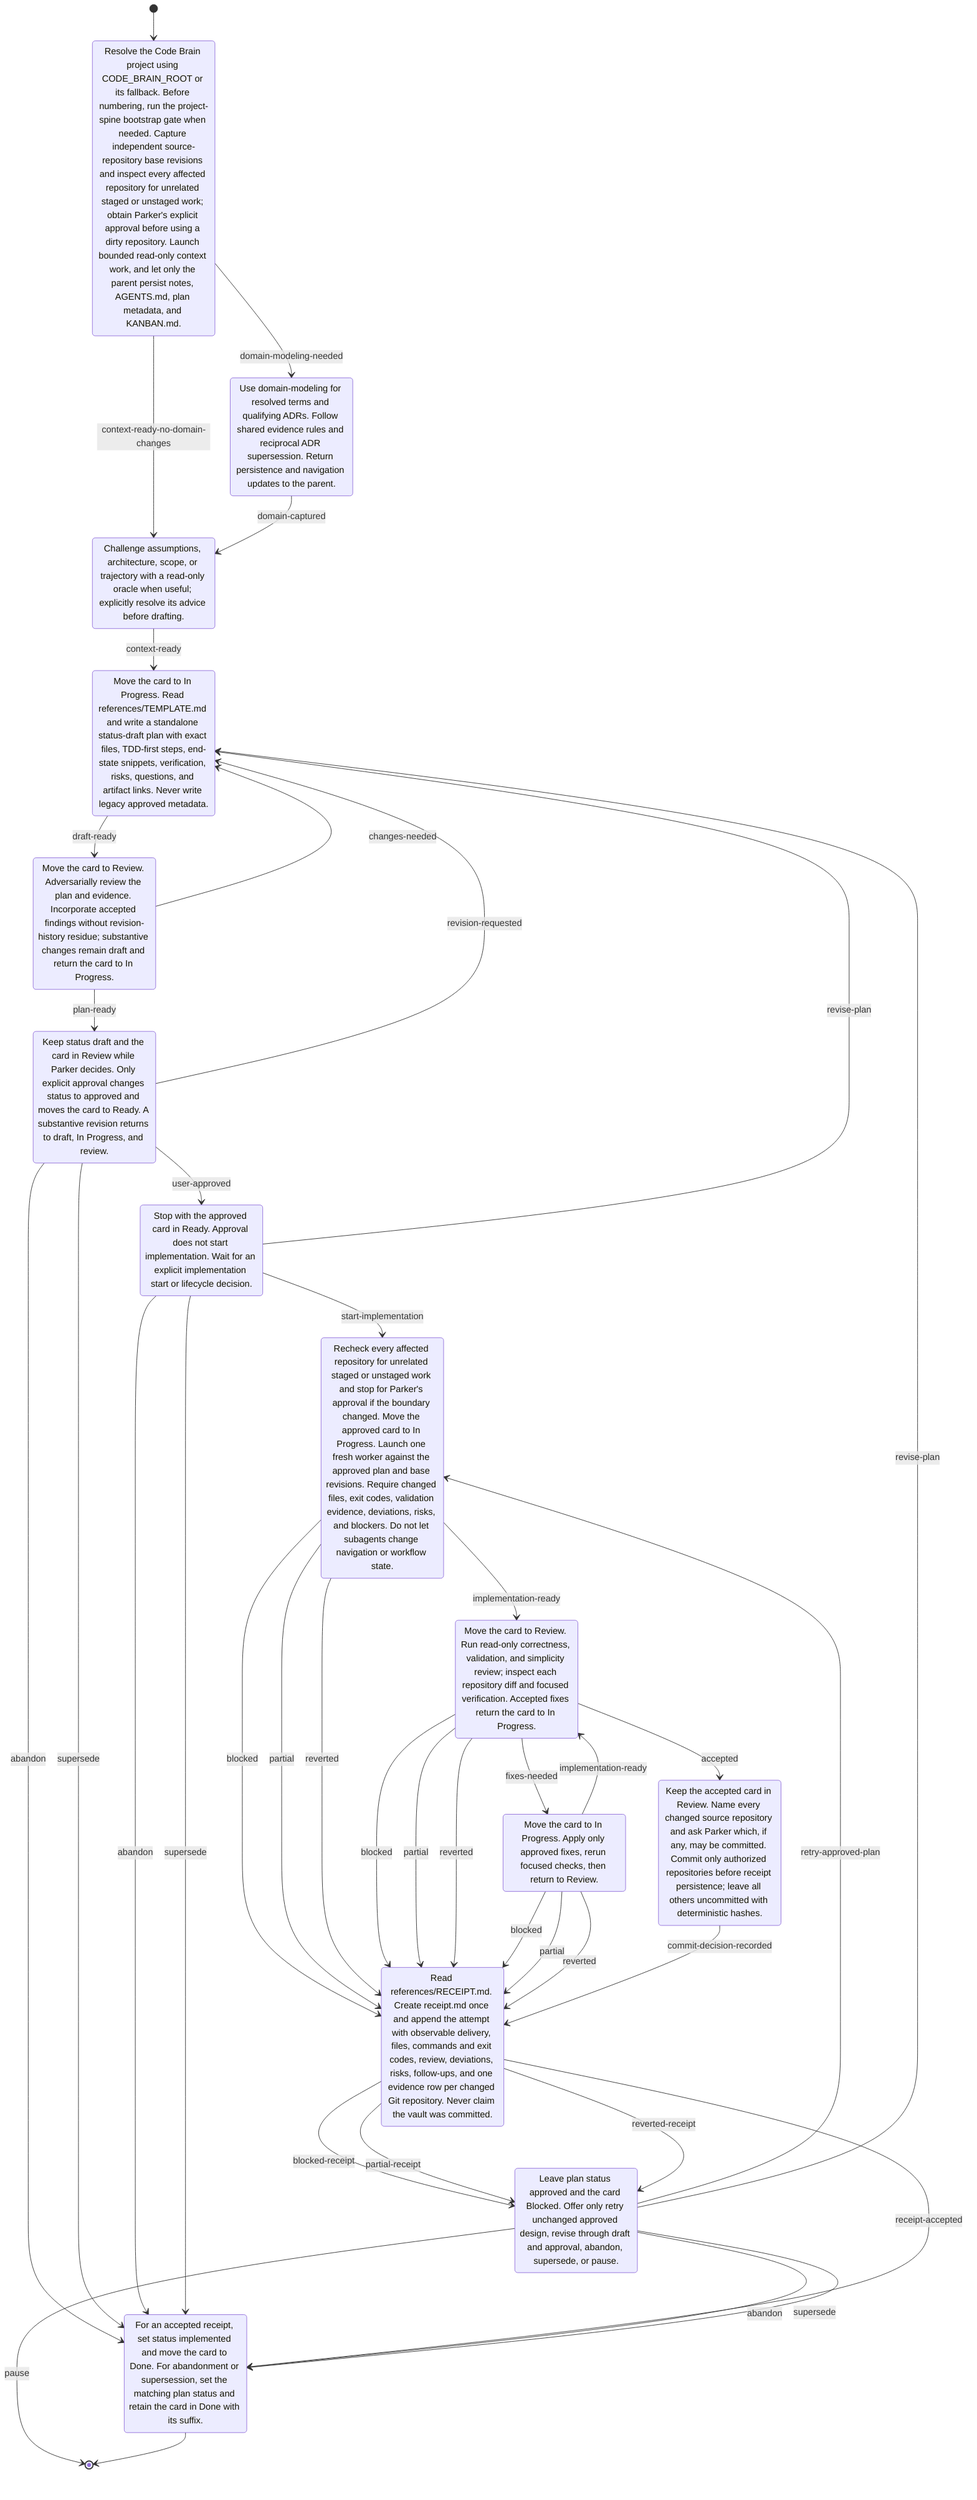
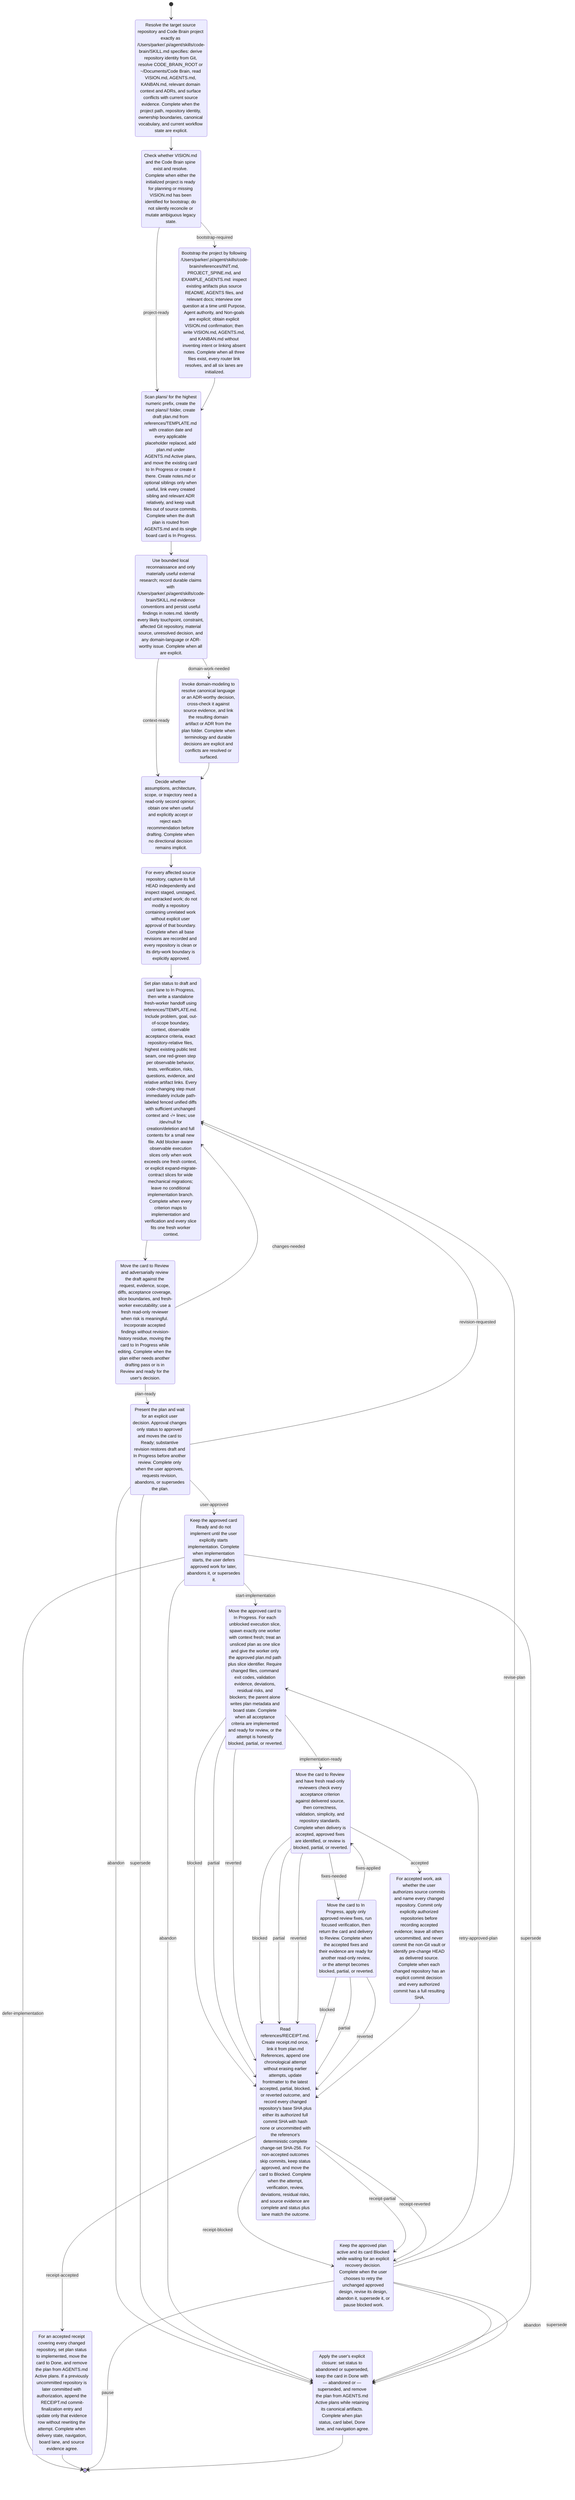
stateDiagram-v2
-   [*] --> build_context
+   [*] --> resolve_project

-   state "Resolve the Code Brain project using CODE_BRAIN_ROOT or its fallback. Before numbering, run the project-spine bootstrap gate when needed. Capture independent source-repository base revisions and inspect every affected repository for unrelated staged or unstaged work; obtain Parker's explicit approval before using a dirty repository. Launch bounded read-only context work, and let only the parent persist notes, AGENTS.md, plan metadata, and KANBAN.md." as build_context
-   build_context --> capture_domain: domain-modeling-needed
-   build_context --> challenge_direction: context-ready-no-domain-changes
+   state "Resolve the target source repository and Code Brain project exactly as /Users/parker/.pi/agent/skills/code-brain/SKILL.md specifies: derive repository identity from Git, resolve CODE_BRAIN_ROOT or ~/Documents/Code Brain, read VISION.md, AGENTS.md, KANBAN.md, relevant domain context and ADRs, and surface conflicts with current source evidence. Complete when the project path, repository identity, ownership boundaries, canonical vocabulary, and current workflow state are explicit." as resolve_project
+   resolve_project --> bootstrap_gate

-   state "Use domain-modeling for resolved terms and qualifying ADRs. Follow shared evidence rules and reciprocal ADR supersession. Return persistence and navigation updates to the parent." as capture_domain
-   capture_domain --> challenge_direction: domain-captured
+   state "Check whether VISION.md and the Code Brain spine exist and resolve. Complete when either the initialized project is ready for planning or missing VISION.md has been identified for bootstrap; do not silently reconcile or mutate ambiguous legacy state." as bootstrap_gate
+   bootstrap_gate --> prepare_plan: project-ready
+   bootstrap_gate --> bootstrap_project: bootstrap-required

-   state "Challenge assumptions, architecture, scope, or trajectory with a read-only oracle when useful; explicitly resolve its advice before drafting." as challenge_direction
-   challenge_direction --> draft_plan: context-ready
+   state "Bootstrap the project by following /Users/parker/.pi/agent/skills/code-brain/references/INIT.md, PROJECT_SPINE.md, and EXAMPLE_AGENTS.md: inspect existing artifacts plus source README, AGENTS files, and relevant docs; interview one question at a time until Purpose, Agent authority, and Non-goals are explicit; obtain explicit VISION.md confirmation; then write VISION.md, AGENTS.md, and KANBAN.md without inventing intent or linking absent notes. Complete when all three files exist, every router link resolves, and all six lanes are initialized." as bootstrap_project
+   bootstrap_project --> prepare_plan

-   state "Move the card to In Progress. Read references/TEMPLATE.md and write a standalone status-draft plan with exact files, TDD-first steps, end-state snippets, verification, risks, questions, and artifact links. Never write legacy approved metadata." as draft_plan
-   draft_plan --> review_plan: draft-ready
+   state "Scan plans/ for the highest numeric prefix, create the next plans/<NNN_TOPIC>/ folder, create draft plan.md from references/TEMPLATE.md with creation date and every applicable placeholder replaced, add plan.md under AGENTS.md Active plans, and move the existing card to In Progress or create it there. Create notes.md or optional siblings only when useful, link every created sibling and relevant ADR relatively, and keep vault files out of source commits. Complete when the draft plan is routed from AGENTS.md and its single board card is In Progress." as prepare_plan
+   prepare_plan --> build_context

-   state "Move the card to Review. Adversarially review the plan and evidence. Incorporate accepted findings without revision-history residue; substantive changes remain draft and return the card to In Progress." as review_plan
+   state "Use bounded local reconnaissance and only materially useful external research; record durable claims with /Users/parker/.pi/agent/skills/code-brain/SKILL.md evidence conventions and persist useful findings in notes.md. Identify every likely touchpoint, constraint, affected Git repository, material source, unresolved decision, and any domain-language or ADR-worthy issue. Complete when all are explicit." as build_context
+   build_context --> capture_domain: domain-work-needed
+   build_context --> challenge_direction: context-ready
+ 
+   state "Invoke domain-modeling to resolve canonical language or an ADR-worthy decision, cross-check it against source evidence, and link the resulting domain artifact or ADR from the plan folder. Complete when terminology and durable decisions are explicit and conflicts are resolved or surfaced." as capture_domain
+   capture_domain --> challenge_direction
+ 
+   state "Decide whether assumptions, architecture, scope, or trajectory need a read-only second opinion; obtain one when useful and explicitly accept or reject each recommendation before drafting. Complete when no directional decision remains implicit." as challenge_direction
+   challenge_direction --> capture_baselines
+ 
+   state "For every affected source repository, capture its full HEAD independently and inspect staged, unstaged, and untracked work; do not modify a repository containing unrelated work without explicit user approval of that boundary. Complete when all base revisions are recorded and every repository is clean or its dirty-work boundary is explicitly approved." as capture_baselines
+   capture_baselines --> draft_plan
+ 
+   state "Set plan status to draft and card lane to In Progress, then write a standalone fresh-worker handoff using references/TEMPLATE.md. Include problem, goal, out-of-scope boundary, context, observable acceptance criteria, exact repository-relative files, highest existing public test seam, one red-green step per observable behavior, tests, verification, risks, questions, evidence, and relative artifact links. Every code-changing step must immediately include path-labeled fenced unified diffs with sufficient unchanged context and -/+ lines; use /dev/null for creation/deletion and full contents for a small new file. Add blocker-aware observable execution slices only when work exceeds one fresh context, or explicit expand-migrate-contract slices for wide mechanical migrations; leave no conditional implementation branch. Complete when every criterion maps to implementation and verification and every slice fits one fresh worker context." as draft_plan
+   draft_plan --> review_plan
+ 
+   state "Move the card to Review and adversarially review the draft against the request, evidence, scope, diffs, acceptance coverage, slice boundaries, and fresh-worker executability; use a fresh read-only reviewer when risk is meaningful. Incorporate accepted findings without revision-history residue, moving the card to In Progress while editing. Complete when the plan either needs another drafting pass or is in Review and ready for the user's decision." as review_plan
  review_plan --> draft_plan: changes-needed
  review_plan --> approval_gate: plan-ready

-   state "Keep status draft and the card in Review while Parker decides. Only explicit approval changes status to approved and moves the card to Ready. A substantive revision returns to draft, In Progress, and review." as approval_gate
+   state "Present the plan and wait for an explicit user decision. Approval changes only status to approved and moves the card to Ready; substantive revision restores draft and In Progress before another review. Complete only when the user approves, requests revision, abandons, or supersedes the plan." as approval_gate
  approval_gate --> approved_ready: user-approved
  approval_gate --> draft_plan: revision-requested
-   approval_gate --> done: abandon
-   approval_gate --> done: supersede
+   approval_gate --> close_plan: abandon
+   approval_gate --> close_plan: supersede

-   state "Stop with the approved card in Ready. Approval does not start implementation. Wait for an explicit implementation start or lifecycle decision." as approved_ready
+   state "Keep the approved card Ready and do not implement until the user explicitly starts implementation. Complete when implementation starts, the user defers approved work for later, abandons it, or supersedes it." as approved_ready
  approved_ready --> implement: start-implementation
-   approved_ready --> draft_plan: revise-plan
-   approved_ready --> done: abandon
-   approved_ready --> done: supersede
+   approved_ready --> [*]: defer-implementation
+   approved_ready --> close_plan: abandon
+   approved_ready --> close_plan: supersede

-   state "Recheck every affected repository for unrelated staged or unstaged work and stop for Parker's approval if the boundary changed. Move the approved card to In Progress. Launch one fresh worker against the approved plan and base revisions. Require changed files, exit codes, validation evidence, deviations, risks, and blockers. Do not let subagents change navigation or workflow state." as implement
+   state "Move the approved card to In Progress. For each unblocked execution slice, spawn exactly one worker with context fresh; treat an unsliced plan as one slice and give the worker only the approved plan.md path plus slice identifier. Require changed files, command exit codes, validation evidence, deviations, residual risks, and blockers; the parent alone writes plan metadata and board state. Complete when all acceptance criteria are implemented and ready for review, or the attempt is honestly blocked, partial, or reverted." as implement
  implement --> review_implementation: implementation-ready
  implement --> persist_receipt: blocked
  implement --> persist_receipt: partial
  implement --> persist_receipt: reverted

-   state "Move the card to Review. Run read-only correctness, validation, and simplicity review; inspect each repository diff and focused verification. Accepted fixes return the card to In Progress." as review_implementation
+   state "Move the card to Review and have fresh read-only reviewers check every acceptance criterion against delivered source, then correctness, validation, simplicity, and repository standards. Complete when delivery is accepted, approved fixes are identified, or review is blocked, partial, or reverted." as review_implementation
  review_implementation --> apply_fixes: fixes-needed
  review_implementation --> commit_decision: accepted
  review_implementation --> persist_receipt: blocked
  review_implementation --> persist_receipt: partial
  review_implementation --> persist_receipt: reverted

-   state "Move the card to In Progress. Apply only approved fixes, rerun focused checks, then return to Review." as apply_fixes
-   apply_fixes --> review_implementation: implementation-ready
+   state "Move the card to In Progress, apply only approved review fixes, run focused verification, then return the card and delivery to Review. Complete when the accepted fixes and their evidence are ready for another read-only review, or the attempt becomes blocked, partial, or reverted." as apply_fixes
+   apply_fixes --> review_implementation: fixes-applied
  apply_fixes --> persist_receipt: blocked
  apply_fixes --> persist_receipt: partial
  apply_fixes --> persist_receipt: reverted

-   state "Keep the accepted card in Review. Name every changed source repository and ask Parker which, if any, may be committed. Commit only authorized repositories before receipt persistence; leave all others uncommitted with deterministic hashes." as commit_decision
-   commit_decision --> persist_receipt: commit-decision-recorded
+   state "For accepted work, ask whether the user authorizes source commits and name every changed repository. Commit only explicitly authorized repositories before recording accepted evidence; leave all others uncommitted, and never commit the non-Git vault or identify pre-change HEAD as delivered source. Complete when each changed repository has an explicit commit decision and every authorized commit has a full resulting SHA." as commit_decision
+   commit_decision --> persist_receipt

-   state "Read references/RECEIPT.md. Create receipt.md once and append the attempt with observable delivery, files, commands and exit codes, review, deviations, risks, follow-ups, and one evidence row per changed Git repository. Never claim the vault was committed." as persist_receipt
-   persist_receipt --> done: receipt-accepted
-   persist_receipt --> await_recovery: blocked-receipt
-   persist_receipt --> await_recovery: partial-receipt
-   persist_receipt --> await_recovery: reverted-receipt
+   state "Read references/RECEIPT.md. Create receipt.md once, link it from plan.md References, append one chronological attempt without erasing earlier attempts, update frontmatter to the latest accepted, partial, blocked, or reverted outcome, and record every changed repository's base SHA plus either its authorized full commit SHA with hash none or uncommitted with the reference's deterministic complete change-set SHA-256. For non-accepted outcomes skip commits, keep status approved, and move the card to Blocked. Complete when the attempt, verification, review, deviations, residual risks, and source evidence are complete and status plus lane match the outcome." as persist_receipt
+   persist_receipt --> finalize_delivery: receipt-accepted
+   persist_receipt --> await_recovery: receipt-blocked
+   persist_receipt --> await_recovery: receipt-partial
+   persist_receipt --> await_recovery: receipt-reverted

-   state "Leave plan status approved and the card Blocked. Offer only retry unchanged approved design, revise through draft and approval, abandon, supersede, or pause." as await_recovery
+   state "For an accepted receipt covering every changed repository, set plan status to implemented, move the card to Done, and remove the plan from AGENTS.md Active plans. If a previously uncommitted repository is later committed with authorization, append the RECEIPT.md commit-finalization entry and update only that evidence row without rewriting the attempt. Complete when delivery state, navigation, board lane, and source evidence agree." as finalize_delivery
+   finalize_delivery --> [*]
+ 
+   state "Keep the approved plan active and its card Blocked while waiting for an explicit recovery decision. Complete when the user chooses to retry the unchanged approved design, revise its design, abandon it, supersede it, or pause blocked work." as await_recovery
  await_recovery --> implement: retry-approved-plan
  await_recovery --> draft_plan: revise-plan
-   await_recovery --> done: abandon
-   await_recovery --> done: supersede
+   await_recovery --> close_plan: abandon
+   await_recovery --> close_plan: supersede
  await_recovery --> [*]: pause

-   state "For an accepted receipt, set status implemented and move the card to Done. For abandonment or supersession, set the matching plan status and retain the card in Done with its suffix." as done
-   done --> [*]
+   state "Apply the user's explicit closure: set status to abandoned or superseded, keep the card in Done with — abandoned or — superseded, and remove the plan from AGENTS.md Active plans while retaining its canonical artifacts. Complete when plan status, card label, Done lane, and navigation agree." as close_plan
+   close_plan --> [*]
